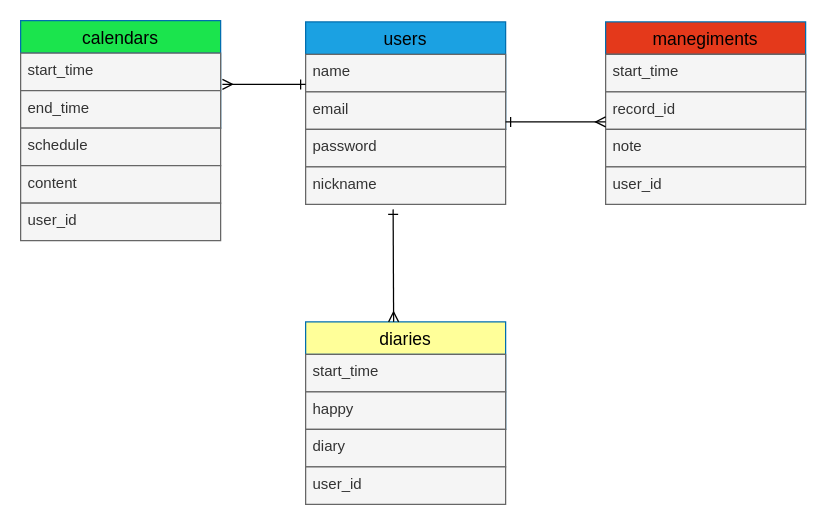
Earlier version of the draw.io diagram babymana.dio (kamoshidadesu/babymana). Source tidied: cells renumbered, new cells numbered last; positions are measured from the earlier drawing's top-left corner, leaving out a move shared by most shapes. Both pictures are drawn from the tidied source at 125%, with x=0, y=0 at pixel (20, 20).
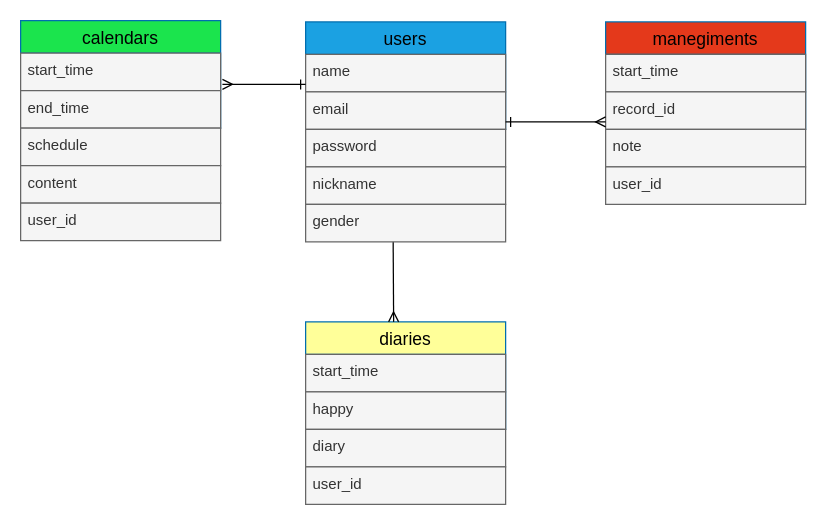
The same page after the edit.

Commit message (it also covers changes not shown here):
性別入力追加(README)

Unchanged cells that the change refers to:
```xml
<mxCell id="23" value="diaries" style="swimlane;fontStyle=0;horizontal=1;startSize=26;align=center;fontSize=14;strokeColor=#006EAF;fillColor=#FFFF99;fontColor=#000000;swimlaneFillColor=none;" parent="22" vertex="1">
  <mxGeometry width="160" height="86" as="geometry" />
</mxCell>
```

What changed in the source:
```diff
@@
-    <mxCell id="39" style="endArrow=ERone;html=1;rounded=0;startArrow=ERmany;startFill=0;endFill=0;entryX=1.028;entryY=0.833;entryDx=0;entryDy=0;entryPerimeter=0;fontColor=#000000;strokeColor=#000000;exitX=0.44;exitY=0;exitDx=0;exitDy=0;exitPerimeter=0;" parent="1" edge="1" source="23">
+    <mxCell id="39" style="endArrow=ERone;html=1;rounded=0;startArrow=ERmany;startFill=0;endFill=0;fontColor=#000000;strokeColor=#000000;exitX=0.44;exitY=0;exitDx=0;exitDy=0;exitPerimeter=0;" parent="1" edge="1" source="23">
       <mxGeometry relative="1" as="geometry">
-        <mxPoint x="298" y="151" as="targetPoint" />
+        <mxPoint x="298" y="171" as="targetPoint" />
       </mxGeometry>
     </mxCell>
@@
+    <mxCell id="41" value="gender" style="text;strokeColor=#666666;fillColor=#f5f5f5;spacingLeft=4;spacingRight=4;overflow=hidden;fontSize=12;fontColor=#333333;" parent="1" vertex="1">
+      <mxGeometry x="228" y="147" width="160" height="30" as="geometry" />
+    </mxCell>
```
